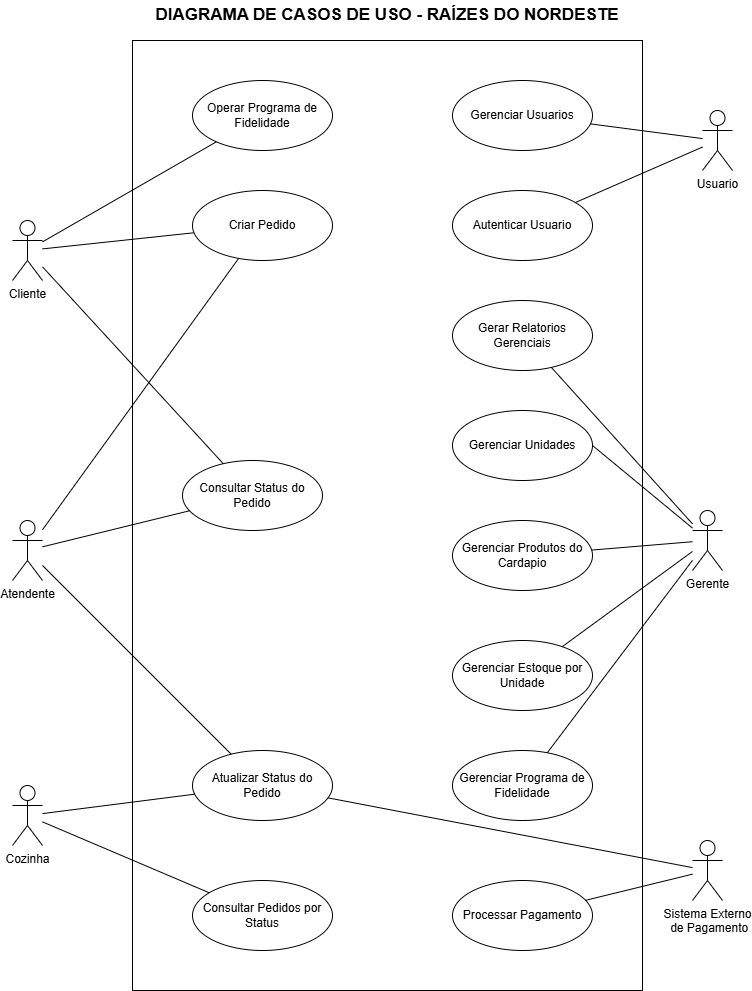
Earlier version of the draw.io export docs/diagramas/Diagrama de Casos de Uso.png (Carlinha1112/RaizesDoNordeste-Backend). Source tidied: cells renumbered, new cells last; positions are measured from the earlier drawing's top-left corner, leaving out a move shared by most shapes.
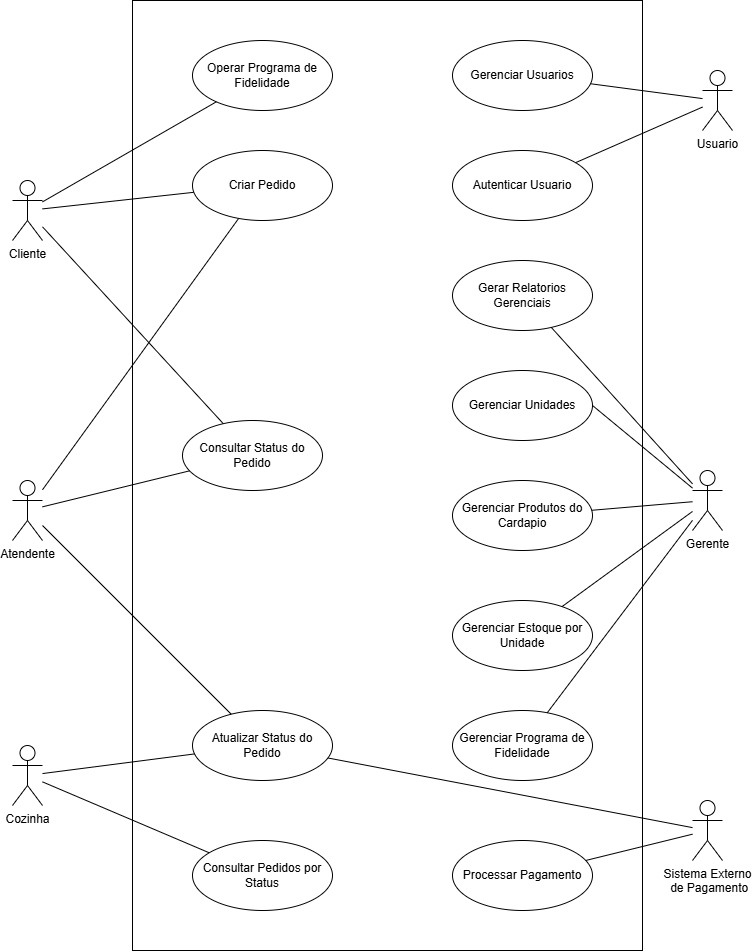
After the change.

Change to the diagram source:
```diff
@@ -116,8 +116,5 @@
     <mxCell id="39" style="endArrow=none;html=1;rounded=0;" parent="1" edge="1" source="38" target="15">
       <mxGeometry relative="1" as="geometry" />
     </mxCell>
-    <mxCell id="40" value="&lt;font style=&quot;font-size: 17px;&quot;&gt;&lt;b&gt;DIAGRAMA DE CASOS DE USO - RAÍZES DO NORDESTE&lt;/b&gt;&lt;/font&gt;" style="text;html=1;whiteSpace=wrap;strokeColor=none;fillColor=none;align=center;verticalAlign=middle;rounded=0;" parent="1" vertex="1">
-      <mxGeometry x="135" width="480" height="30" as="geometry" />
-    </mxCell>
   </root>
 </mxGraphModel>
```
